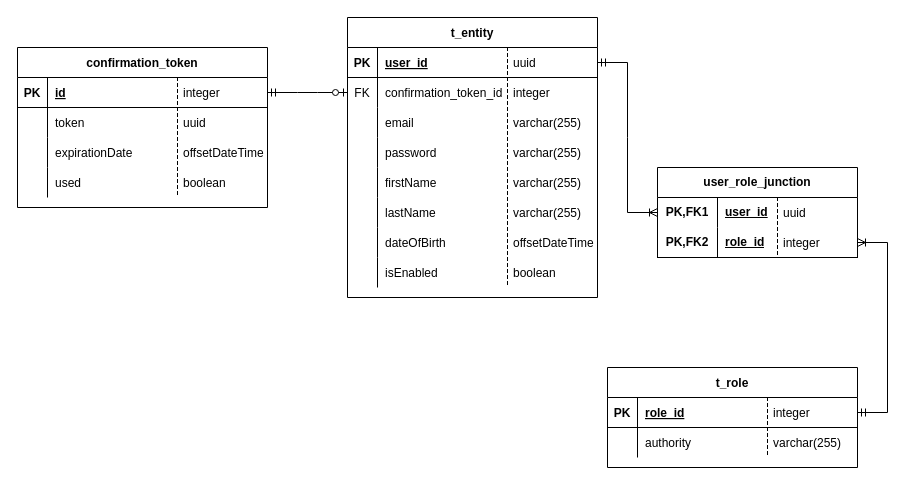
Before: user-service/documentation/database/user-service-model.drawio in bogdanmilojevic/micro-commerce, a draw.io diagram. Source tidied: cells renumbered, new cells numbered last; positions are measured from the earlier drawing's top-left corner, leaving out a move shared by most shapes. Both pictures are drawn from the tidied source at 100%, with x=0, y=0 at pixel (17, 17).
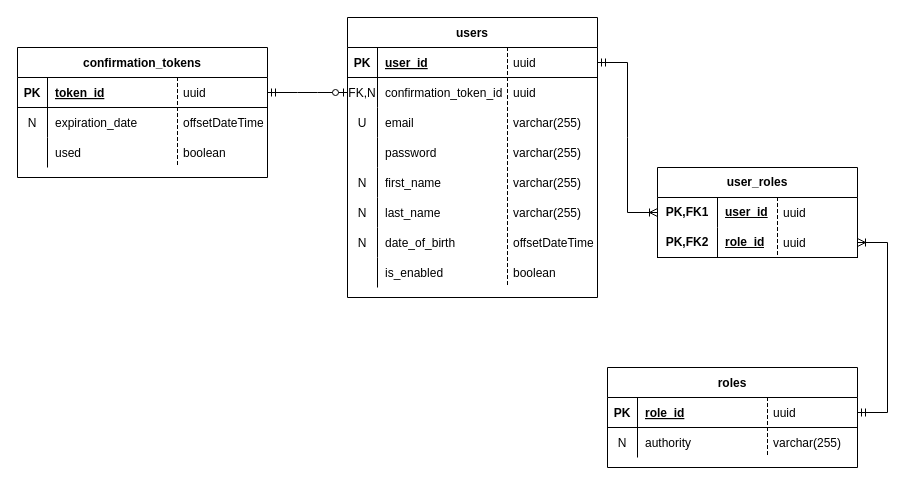
Above is the later version.

Unchanged cells that the change refers to:
```xml
<mxCell id="6" style="shape=partialRectangle;fillColor=none;points=[[0,0.5],[1,0.5]];portConstraint=eastwest;top=0;left=0;right=0;bottom=0;" parent="2" vertex="1">
  <mxGeometry y="60" width="250" height="30" as="geometry" />
</mxCell>
<mxCell id="9" style="shape=partialRectangle;fillColor=none;top=0;left=0;right=0;bottom=0;" parent="2" vertex="1">
  <mxGeometry y="90" width="250" height="30" as="geometry" />
</mxCell>
<mxCell id="15" style="shape=partialRectangle;fillColor=none;top=0;left=0;right=0;bottom=0;" parent="2" vertex="1">
  <mxGeometry y="150" width="250" height="30" as="geometry" />
</mxCell>
<mxCell id="18" style="shape=partialRectangle;fillColor=none;top=0;left=0;right=0;bottom=0;" parent="2" vertex="1">
  <mxGeometry y="180" width="250" height="30" as="geometry" />
</mxCell>
<mxCell id="21" style="shape=partialRectangle;fillColor=none;top=0;left=0;right=0;bottom=0;" parent="2" vertex="1">
  <mxGeometry y="210" width="250" height="30" as="geometry" />
</mxCell>
<mxCell id="24" style="shape=partialRectangle;fillColor=none;top=0;left=0;right=0;bottom=0;" parent="2" vertex="1">
  <mxGeometry y="240" width="250" height="30" as="geometry" />
</mxCell>
<mxCell id="31" style="shape=partialRectangle;fillColor=none;top=0;left=0;right=0;bottom=0;" parent="27" vertex="1">
  <mxGeometry y="60" width="250" height="30" as="geometry" />
</mxCell>
<mxCell id="35" style="shape=partialRectangle;fillColor=none;points=[[0,0.5],[1,0.5]];portConstraint=eastwest;top=0;left=0;right=0;bottom=1;" parent="34" vertex="1">
  <mxGeometry y="30" width="250" height="30" as="geometry" />
</mxCell>
```

What changed in the source:
```diff
@@
-    <mxCell id="2" value="t_entity" style="shape=table;startSize=30;childLayout=tableLayout;rowLines=0;fontStyle=1;align=center;" parent="1" vertex="1">
+    <mxCell id="2" value="users" style="shape=table;startSize=30;childLayout=tableLayout;rowLines=0;fontStyle=1;align=center;" parent="1" vertex="1">
       <mxGeometry x="330" width="250" height="280" as="geometry" />
     </mxCell>
@@
-    <mxCell id="7" value="FK" style="shape=partialRectangle;overflow=hidden;fillColor=none;top=0;left=0;bottom=0;right=0;" parent="6" vertex="1">
+    <mxCell id="7" value="FK,N" style="shape=partialRectangle;overflow=hidden;fillColor=none;top=0;left=0;bottom=0;right=0;" parent="6" vertex="1">
       <mxGeometry width="30" height="30" as="geometry" />
     </mxCell>
@@
-    <mxCell id="10" style="shape=partialRectangle;overflow=hidden;fillColor=none;top=0;left=0;bottom=0;right=0;" parent="9" vertex="1">
+    <mxCell id="10" value="U" style="shape=partialRectangle;overflow=hidden;fillColor=none;top=0;left=0;bottom=0;right=0;" parent="9" vertex="1">
       <mxGeometry width="30" height="30" as="geometry" />
     </mxCell>
@@
-    <mxCell id="16" style="shape=partialRectangle;overflow=hidden;fillColor=none;top=0;left=0;bottom=0;right=0;" parent="15" vertex="1">
+    <mxCell id="16" value="N" style="shape=partialRectangle;overflow=hidden;fillColor=none;top=0;left=0;bottom=0;right=0;" parent="15" vertex="1">
       <mxGeometry width="30" height="30" as="geometry" />
     </mxCell>
-    <mxCell id="17" value="firstName" style="shape=partialRectangle;overflow=hidden;fillColor=none;top=0;left=0;bottom=0;right=0;align=left;spacingLeft=6;" parent="15" vertex="1">
+    <mxCell id="17" value="first_name" style="shape=partialRectangle;overflow=hidden;fillColor=none;top=0;left=0;bottom=0;right=0;align=left;spacingLeft=6;" parent="15" vertex="1">
       <mxGeometry x="30" width="220" height="30" as="geometry" />
     </mxCell>
@@
-    <mxCell id="19" style="shape=partialRectangle;overflow=hidden;fillColor=none;top=0;left=0;bottom=0;right=0;" parent="18" vertex="1">
+    <mxCell id="19" value="N" style="shape=partialRectangle;overflow=hidden;fillColor=none;top=0;left=0;bottom=0;right=0;" parent="18" vertex="1">
       <mxGeometry width="30" height="30" as="geometry" />
     </mxCell>
-    <mxCell id="20" value="lastName" style="shape=partialRectangle;overflow=hidden;fillColor=none;top=0;left=0;bottom=0;right=0;align=left;spacingLeft=6;" parent="18" vertex="1">
+    <mxCell id="20" value="last_name" style="shape=partialRectangle;overflow=hidden;fillColor=none;top=0;left=0;bottom=0;right=0;align=left;spacingLeft=6;" parent="18" vertex="1">
       <mxGeometry x="30" width="220" height="30" as="geometry" />
     </mxCell>
@@
-    <mxCell id="22" style="shape=partialRectangle;overflow=hidden;fillColor=none;top=0;left=0;bottom=0;right=0;" parent="21" vertex="1">
+    <mxCell id="22" value="N" style="shape=partialRectangle;overflow=hidden;fillColor=none;top=0;left=0;bottom=0;right=0;" parent="21" vertex="1">
       <mxGeometry width="30" height="30" as="geometry" />
     </mxCell>
-    <mxCell id="23" value="dateOfBirth" style="shape=partialRectangle;overflow=hidden;fillColor=none;top=0;left=0;bottom=0;right=0;align=left;spacingLeft=6;" parent="21" vertex="1">
+    <mxCell id="23" value="date_of_birth" style="shape=partialRectangle;overflow=hidden;fillColor=none;top=0;left=0;bottom=0;right=0;align=left;spacingLeft=6;" parent="21" vertex="1">
       <mxGeometry x="30" width="220" height="30" as="geometry" />
     </mxCell>
@@
-    <mxCell id="26" value="isEnabled" style="shape=partialRectangle;overflow=hidden;fillColor=none;top=0;left=0;bottom=0;right=0;align=left;spacingLeft=6;" parent="24" vertex="1">
+    <mxCell id="26" value="is_enabled" style="shape=partialRectangle;overflow=hidden;fillColor=none;top=0;left=0;bottom=0;right=0;align=left;spacingLeft=6;" parent="24" vertex="1">
       <mxGeometry x="30" width="220" height="30" as="geometry" />
     </mxCell>
-    <mxCell id="27" value="t_role" style="shape=table;startSize=30;childLayout=tableLayout;rowLines=0;fontStyle=1;align=center;" parent="1" vertex="1">
+    <mxCell id="27" value="roles" style="shape=table;startSize=30;childLayout=tableLayout;rowLines=0;fontStyle=1;align=center;" parent="1" vertex="1">
       <mxGeometry x="590" y="350" width="250" height="100" as="geometry" />
     </mxCell>
@@
-    <mxCell id="32" style="shape=partialRectangle;overflow=hidden;fillColor=none;top=0;left=0;bottom=0;right=0;" parent="31" vertex="1">
+    <mxCell id="32" value="N" style="shape=partialRectangle;overflow=hidden;fillColor=none;top=0;left=0;bottom=0;right=0;" parent="31" vertex="1">
       <mxGeometry width="30" height="30" as="geometry" />
     </mxCell>
@@
-    <mxCell id="34" value="confirmation_token" style="shape=table;startSize=30;childLayout=tableLayout;rowLines=0;fontStyle=1;align=center;" parent="1" vertex="1">
-      <mxGeometry y="30" width="250" height="160" as="geometry" />
+    <mxCell id="34" value="confirmation_tokens" style="shape=table;startSize=30;childLayout=tableLayout;rowLines=0;fontStyle=1;align=center;" parent="1" vertex="1">
+      <mxGeometry y="30" width="250" height="130" as="geometry" />
     </mxCell>
@@
-    <mxCell id="37" value="id" style="shape=partialRectangle;overflow=hidden;fillColor=none;top=0;left=0;bottom=0;right=0;align=left;spacingLeft=6;fontStyle=5;" parent="35" vertex="1">
+    <mxCell id="37" value="token_id" style="shape=partialRectangle;overflow=hidden;fillColor=none;top=0;left=0;bottom=0;right=0;align=left;spacingLeft=6;fontStyle=5;" parent="35" vertex="1">
       <mxGeometry x="30" width="220" height="30" as="geometry" />
     </mxCell>
-    <mxCell id="38" style="shape=partialRectangle;fillColor=none;top=0;left=0;right=0;bottom=0;" parent="34" vertex="1">
-      <mxGeometry y="60" width="250" height="30" as="geometry" />
-    </mxCell>
-    <mxCell id="39" style="shape=partialRectangle;overflow=hidden;fillColor=none;top=0;left=0;bottom=0;right=0;" parent="38" vertex="1">
-      <mxGeometry width="30" height="30" as="geometry" />
-    </mxCell>
-    <mxCell id="40" value="token" style="shape=partialRectangle;overflow=hidden;fillColor=none;top=0;left=0;bottom=0;right=0;align=left;spacingLeft=6;" parent="38" vertex="1">
-      <mxGeometry x="30" width="220" height="30" as="geometry" />
-    </mxCell>
     <mxCell id="41" style="shape=partialRectangle;fillColor=none;top=0;left=0;right=0;bottom=0;" parent="34" vertex="1">
-      <mxGeometry y="90" width="250" height="30" as="geometry" />
+      <mxGeometry y="60" width="250" height="30" as="geometry" />
     </mxCell>
-    <mxCell id="42" style="shape=partialRectangle;overflow=hidden;fillColor=none;top=0;left=0;bottom=0;right=0;" parent="41" vertex="1">
+    <mxCell id="42" value="N" style="shape=partialRectangle;overflow=hidden;fillColor=none;top=0;left=0;bottom=0;right=0;" parent="41" vertex="1">
       <mxGeometry width="30" height="30" as="geometry" />
     </mxCell>
-    <mxCell id="43" value="expirationDate" style="shape=partialRectangle;overflow=hidden;fillColor=none;top=0;left=0;bottom=0;right=0;align=left;spacingLeft=6;" parent="41" vertex="1">
+    <mxCell id="43" value="expiration_date" style="shape=partialRectangle;overflow=hidden;fillColor=none;top=0;left=0;bottom=0;right=0;align=left;spacingLeft=6;" parent="41" vertex="1">
       <mxGeometry x="30" width="220" height="30" as="geometry" />
     </mxCell>
     <mxCell id="44" style="shape=partialRectangle;fillColor=none;top=0;left=0;right=0;bottom=0;" parent="34" vertex="1">
-      <mxGeometry y="120" width="250" height="30" as="geometry" />
+      <mxGeometry y="90" width="250" height="30" as="geometry" />
     </mxCell>
@@
-    <mxCell id="48" value="user_role_junction" style="shape=table;startSize=30;childLayout=tableLayout;rowLines=0;fontStyle=1;align=center;html=1;whiteSpace=wrap;" parent="1" vertex="1">
+    <mxCell id="48" value="user_roles" style="shape=table;startSize=30;childLayout=tableLayout;rowLines=0;fontStyle=1;align=center;html=1;whiteSpace=wrap;" parent="1" vertex="1">
       <mxGeometry x="640" y="150" width="200" height="90" as="geometry" />
     </mxCell>
@@
-    <mxCell id="57" value="integer" style="shape=partialRectangle;fillColor=none;align=left;verticalAlign=middle;strokeColor=none;spacingLeft=34;" parent="1" vertex="1">
+    <mxCell id="57" value="uuid" style="shape=partialRectangle;fillColor=none;align=left;verticalAlign=middle;strokeColor=none;spacingLeft=34;" parent="1" vertex="1">
       <mxGeometry x="130" y="60" width="90" height="30" as="geometry" />
     </mxCell>
@@
-    <mxCell id="59" value="uuid" style="shape=partialRectangle;fillColor=none;align=left;verticalAlign=middle;strokeColor=none;spacingLeft=34;" parent="1" vertex="1">
-      <mxGeometry x="130" y="90" width="90" height="30" as="geometry" />
-    </mxCell>
-    <mxCell id="60" style="shape=partialRectangle;top=0;left=0;bottom=0;fillColor=none;stokeWidth=1;dashed=1;align=left;verticalAlign=middle;spacingLeft=4;spacingRight=4;overflow=hidden;" parent="59" vertex="1">
-      <mxGeometry width="30" height="30" as="geometry" />
-    </mxCell>
     <mxCell id="61" value="offsetDateTime" style="shape=partialRectangle;fillColor=none;align=left;verticalAlign=middle;strokeColor=none;spacingLeft=34;" parent="1" vertex="1">
-      <mxGeometry x="130" y="120" width="90" height="30" as="geometry" />
+      <mxGeometry x="130" y="90" width="90" height="30" as="geometry" />
     </mxCell>
@@
     <mxCell id="63" value="boolean" style="shape=partialRectangle;fillColor=none;align=left;verticalAlign=middle;strokeColor=none;spacingLeft=34;" parent="1" vertex="1">
-      <mxGeometry x="130" y="150" width="90" height="30" as="geometry" />
+      <mxGeometry x="130" y="120" width="90" height="30" as="geometry" />
     </mxCell>
@@
-    <mxCell id="67" value="integer" style="shape=partialRectangle;fillColor=none;align=left;verticalAlign=middle;strokeColor=none;spacingLeft=34;" parent="1" vertex="1">
+    <mxCell id="67" value="uuid" style="shape=partialRectangle;fillColor=none;align=left;verticalAlign=middle;strokeColor=none;spacingLeft=34;" parent="1" vertex="1">
       <mxGeometry x="460" y="60" width="90" height="30" as="geometry" />
     </mxCell>
@@
-    <mxCell id="83" value="integer" style="shape=partialRectangle;fillColor=none;align=left;verticalAlign=middle;strokeColor=none;spacingLeft=34;" parent="1" vertex="1">
+    <mxCell id="83" value="uuid" style="shape=partialRectangle;fillColor=none;align=left;verticalAlign=middle;strokeColor=none;spacingLeft=34;" parent="1" vertex="1">
       <mxGeometry x="720" y="380" width="90" height="30" as="geometry" />
     </mxCell>
@@
-    <mxCell id="87" value="integer" style="shape=partialRectangle;fillColor=none;align=left;verticalAlign=middle;strokeColor=none;spacingLeft=34;" parent="1" vertex="1">
+    <mxCell id="87" value="uuid" style="shape=partialRectangle;fillColor=none;align=left;verticalAlign=middle;strokeColor=none;spacingLeft=34;" parent="1" vertex="1">
       <mxGeometry x="730" y="210" width="90" height="30" as="geometry" />
     </mxCell>
```
